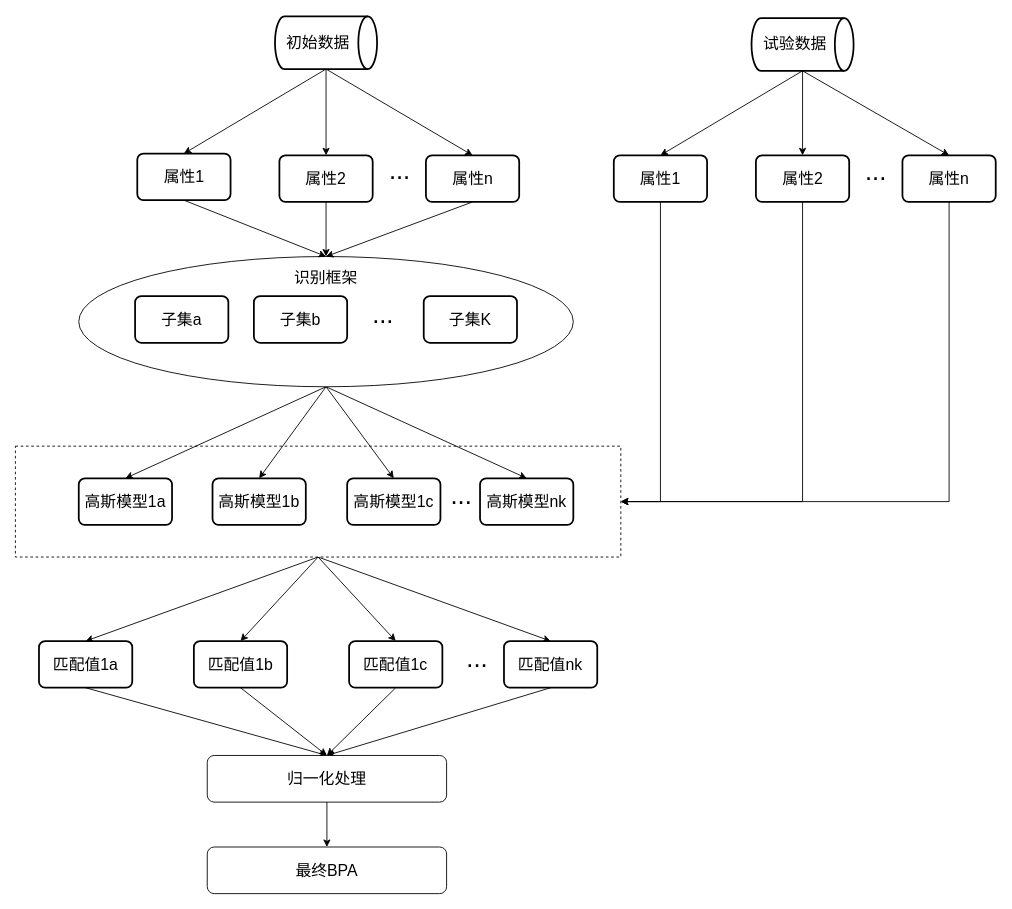
Above: bpa生成.drawio in nianqingdeguowang/python (draw.io), before the change. Source tidied: cells renumbered, new cells numbered last; positions are measured from the earlier drawing's top-left corner, leaving out a move shared by most shapes. Both pictures are drawn from the tidied source at 88%, with x=0, y=0 at pixel (15, 16).
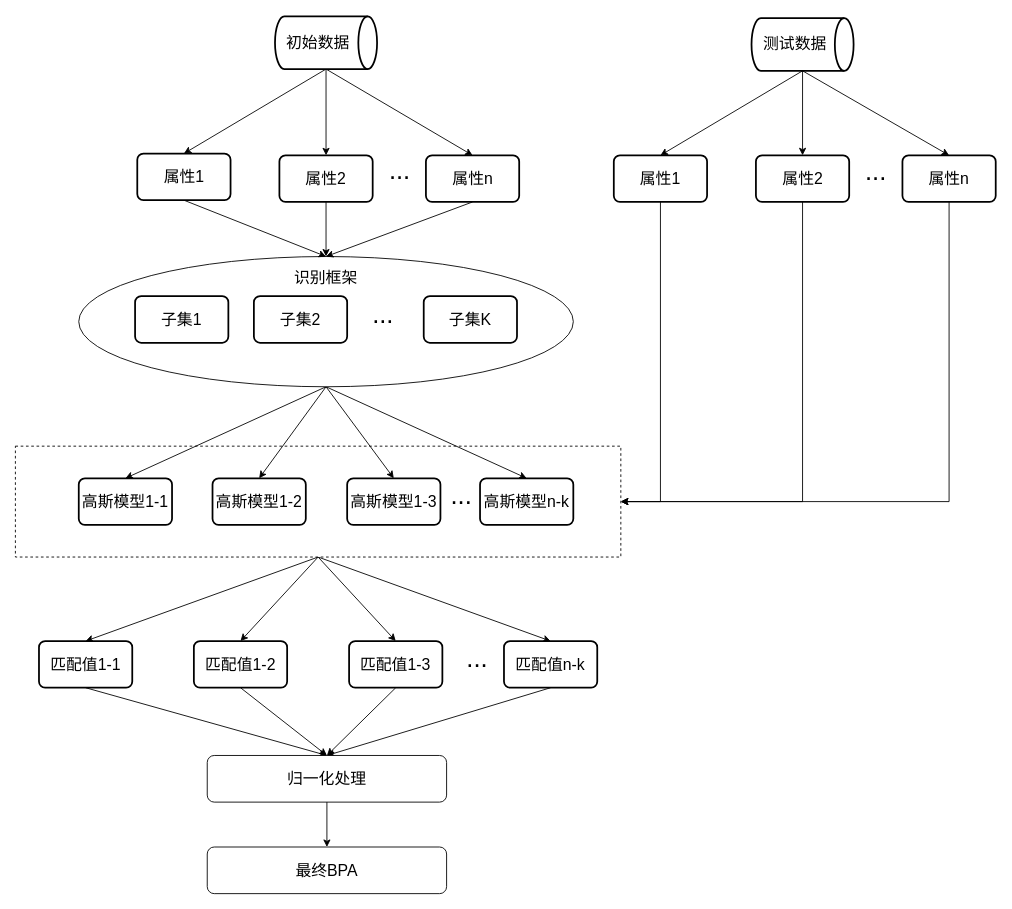
The same page after the edit.

What changed in the source:
```diff
@@
-    <mxCell id="23" value="&lt;span style=&quot;font-size: 18px;&quot;&gt;子集a&lt;/span&gt;" style="rounded=1;whiteSpace=wrap;html=1;absoluteArcSize=1;arcSize=14;strokeWidth=2;" parent="1" vertex="1">
+    <mxCell id="23" value="&lt;span style=&quot;font-size: 18px;&quot;&gt;子集1&lt;/span&gt;" style="rounded=1;whiteSpace=wrap;html=1;absoluteArcSize=1;arcSize=14;strokeWidth=2;" parent="1" vertex="1">
       <mxGeometry x="136" y="318" width="106" height="53" as="geometry" />
     </mxCell>
-    <mxCell id="24" value="&lt;span style=&quot;font-size: 18px;&quot;&gt;子集b&lt;/span&gt;" style="rounded=1;whiteSpace=wrap;html=1;absoluteArcSize=1;arcSize=14;strokeWidth=2;" parent="1" vertex="1">
+    <mxCell id="24" value="&lt;span style=&quot;font-size: 18px;&quot;&gt;子集2&lt;/span&gt;" style="rounded=1;whiteSpace=wrap;html=1;absoluteArcSize=1;arcSize=14;strokeWidth=2;" parent="1" vertex="1">
       <mxGeometry x="271" y="318" width="106" height="53" as="geometry" />
     </mxCell>
@@
-    <mxCell id="29" value="&lt;span style=&quot;font-size: 18px;&quot;&gt;高斯模型1a&lt;/span&gt;" style="rounded=1;whiteSpace=wrap;html=1;absoluteArcSize=1;arcSize=14;strokeWidth=2;" parent="1" vertex="1">
+    <mxCell id="29" value="&lt;span style=&quot;font-size: 18px;&quot;&gt;高斯模型1-1&lt;/span&gt;" style="rounded=1;whiteSpace=wrap;html=1;absoluteArcSize=1;arcSize=14;strokeWidth=2;" parent="1" vertex="1">
       <mxGeometry x="72" y="525" width="106" height="53" as="geometry" />
     </mxCell>
-    <mxCell id="30" value="&lt;span style=&quot;font-size: 18px;&quot;&gt;高斯模型1b&lt;/span&gt;" style="rounded=1;whiteSpace=wrap;html=1;absoluteArcSize=1;arcSize=14;strokeWidth=2;" parent="1" vertex="1">
+    <mxCell id="30" value="&lt;span style=&quot;font-size: 18px;&quot;&gt;高斯模型1-2&lt;/span&gt;" style="rounded=1;whiteSpace=wrap;html=1;absoluteArcSize=1;arcSize=14;strokeWidth=2;" parent="1" vertex="1">
       <mxGeometry x="224" y="525" width="106" height="53" as="geometry" />
     </mxCell>
-    <mxCell id="31" value="&lt;span style=&quot;font-size: 18px;&quot;&gt;高斯模型1c&lt;/span&gt;" style="rounded=1;whiteSpace=wrap;html=1;absoluteArcSize=1;arcSize=14;strokeWidth=2;" parent="1" vertex="1">
+    <mxCell id="31" value="&lt;span style=&quot;font-size: 18px;&quot;&gt;高斯模型1-3&lt;/span&gt;" style="rounded=1;whiteSpace=wrap;html=1;absoluteArcSize=1;arcSize=14;strokeWidth=2;" parent="1" vertex="1">
       <mxGeometry x="377" y="525" width="106" height="53" as="geometry" />
     </mxCell>
-    <mxCell id="32" value="&lt;span style=&quot;font-size: 18px;&quot;&gt;高斯模型nk&lt;/span&gt;" style="rounded=1;whiteSpace=wrap;html=1;absoluteArcSize=1;arcSize=14;strokeWidth=2;" parent="1" vertex="1">
+    <mxCell id="32" value="&lt;span style=&quot;font-size: 18px;&quot;&gt;高斯模型n-k&lt;/span&gt;" style="rounded=1;whiteSpace=wrap;html=1;absoluteArcSize=1;arcSize=14;strokeWidth=2;" parent="1" vertex="1">
       <mxGeometry x="528" y="525" width="106" height="53" as="geometry" />
     </mxCell>
@@
-    <mxCell id="40" value="&lt;font style=&quot;font-size: 18px;&quot;&gt;试验数据&lt;/font&gt;" style="text;html=1;align=center;verticalAlign=middle;whiteSpace=wrap;rounded=0;" parent="1" vertex="1">
+    <mxCell id="40" value="&lt;font style=&quot;font-size: 18px;&quot;&gt;测试数据&lt;/font&gt;" style="text;html=1;align=center;verticalAlign=middle;whiteSpace=wrap;rounded=0;" parent="1" vertex="1">
       <mxGeometry x="823.5" y="15" width="124" height="34" as="geometry" />
     </mxCell>
@@
-    <mxCell id="47" value="&lt;span style=&quot;font-size: 18px;&quot;&gt;匹配值1a&lt;/span&gt;" style="rounded=1;whiteSpace=wrap;html=1;absoluteArcSize=1;arcSize=14;strokeWidth=2;" parent="1" vertex="1">
+    <mxCell id="47" value="&lt;span style=&quot;font-size: 18px;&quot;&gt;匹配值1-1&lt;/span&gt;" style="rounded=1;whiteSpace=wrap;html=1;absoluteArcSize=1;arcSize=14;strokeWidth=2;" parent="1" vertex="1">
       <mxGeometry x="26.8" y="710" width="106" height="53" as="geometry" />
     </mxCell>
@@
-    <mxCell id="49" value="&lt;span style=&quot;font-size: 18px;&quot;&gt;匹配值1b&lt;/span&gt;" style="rounded=1;whiteSpace=wrap;html=1;absoluteArcSize=1;arcSize=14;strokeWidth=2;" parent="1" vertex="1">
+    <mxCell id="49" value="&lt;span style=&quot;font-size: 18px;&quot;&gt;匹配值1-2&lt;/span&gt;" style="rounded=1;whiteSpace=wrap;html=1;absoluteArcSize=1;arcSize=14;strokeWidth=2;" parent="1" vertex="1">
       <mxGeometry x="202.8" y="710" width="106" height="53" as="geometry" />
     </mxCell>
@@
-    <mxCell id="51" value="&lt;span style=&quot;font-size: 18px;&quot;&gt;匹配值1c&lt;/span&gt;" style="rounded=1;whiteSpace=wrap;html=1;absoluteArcSize=1;arcSize=14;strokeWidth=2;" parent="1" vertex="1">
+    <mxCell id="51" value="&lt;span style=&quot;font-size: 18px;&quot;&gt;匹配值1-3&lt;/span&gt;" style="rounded=1;whiteSpace=wrap;html=1;absoluteArcSize=1;arcSize=14;strokeWidth=2;" parent="1" vertex="1">
       <mxGeometry x="379.2" y="710" width="106" height="53" as="geometry" />
     </mxCell>
@@
-    <mxCell id="53" value="&lt;span style=&quot;font-size: 18px;&quot;&gt;匹配值nk&lt;/span&gt;" style="rounded=1;whiteSpace=wrap;html=1;absoluteArcSize=1;arcSize=14;strokeWidth=2;" parent="1" vertex="1">
+    <mxCell id="53" value="&lt;span style=&quot;font-size: 18px;&quot;&gt;匹配值n-k&lt;/span&gt;" style="rounded=1;whiteSpace=wrap;html=1;absoluteArcSize=1;arcSize=14;strokeWidth=2;" parent="1" vertex="1">
       <mxGeometry x="555.2" y="710" width="106" height="53" as="geometry" />
     </mxCell>
```
